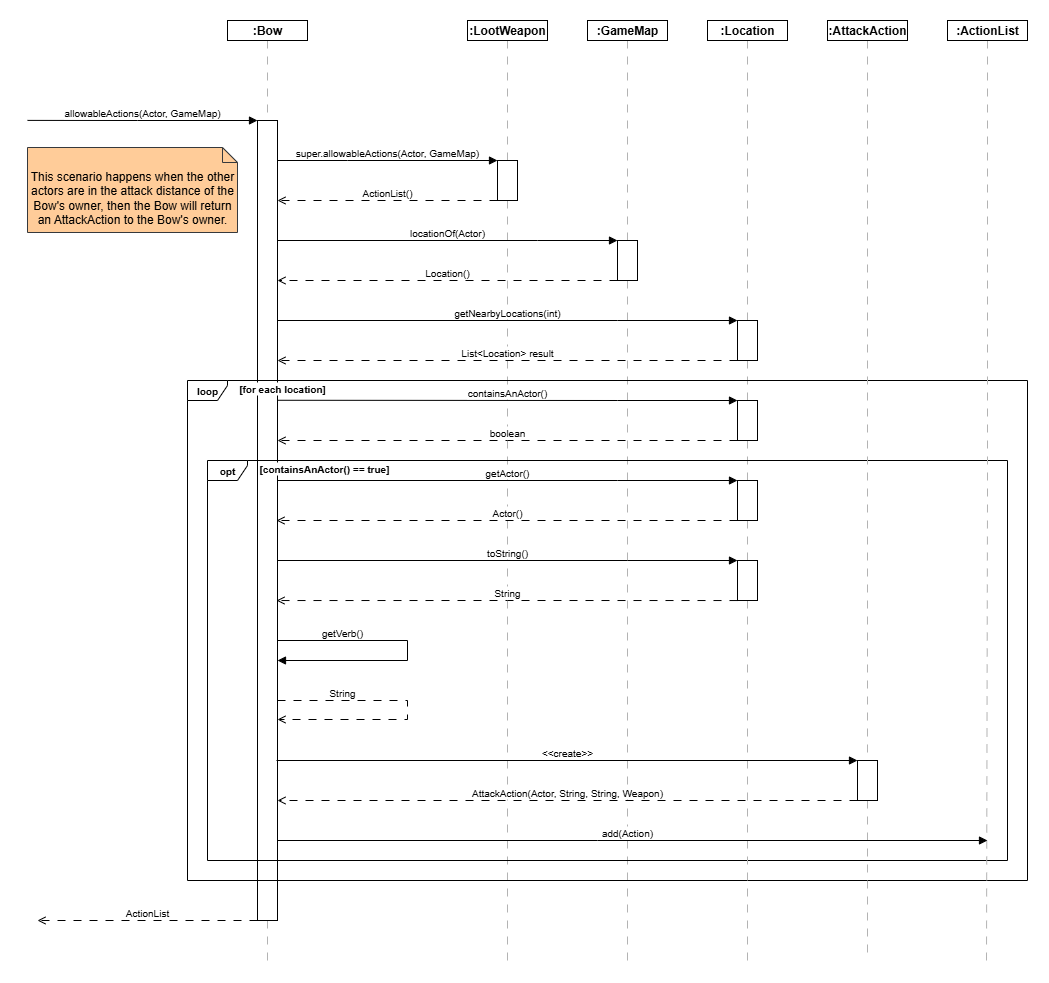
The draw.io diagram docs/sequencesDiagram/req3-sequenceDiagram.png in MinZY12138/finalA3, before a commit. Source tidied: cells renumbered, new cells last; positions are measured from the earlier drawing's top-left corner, leaving out a move shared by most shapes.
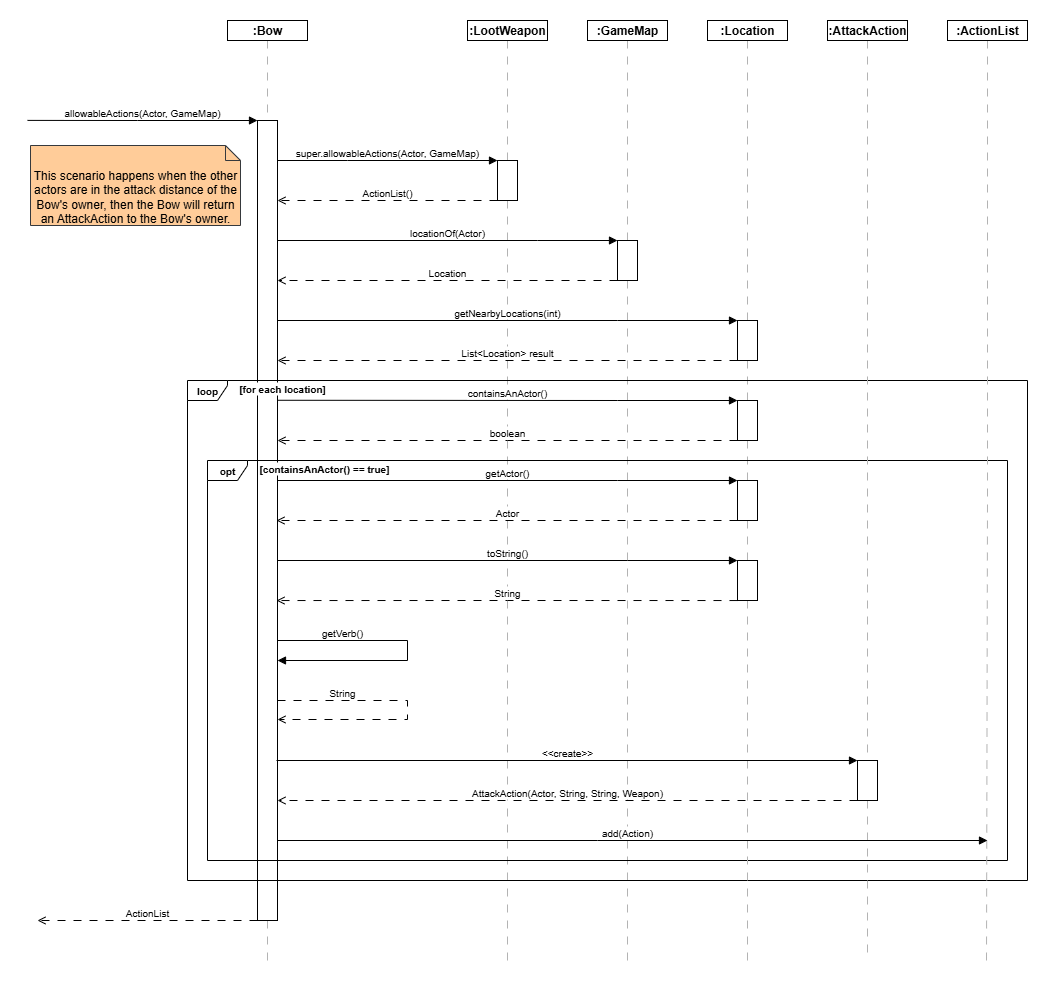
After the change.

Commit message:
Update UML and Sequence diagram - Update UML diagram for requirement 5 - Update sequence diagram for requirement 3 and 5

The edit, as a diff of the source:
```diff
@@ -100,7 +100,7 @@
         </Array>
       </mxGeometry>
     </mxCell>
-    <mxCell id="23" value="&lt;font style=&quot;font-size: 10px;&quot;&gt;Location()&lt;/font&gt;" style="text;html=1;align=center;verticalAlign=middle;whiteSpace=wrap;rounded=0;fontFamily=Helvetica;fontSize=11;fontColor=default;labelBackgroundColor=default;" parent="1" vertex="1">
+    <mxCell id="23" value="&lt;font style=&quot;font-size: 10px;&quot;&gt;Location&lt;/font&gt;" style="text;html=1;align=center;verticalAlign=middle;whiteSpace=wrap;rounded=0;fontFamily=Helvetica;fontSize=11;fontColor=default;labelBackgroundColor=default;" parent="1" vertex="1">
       <mxGeometry x="380" y="247" width="80" height="10" as="geometry" />
     </mxCell>
     <mxCell id="24" style="edgeStyle=orthogonalEdgeStyle;shape=connector;rounded=0;jettySize=auto;html=1;exitX=0.5;exitY=1;exitDx=0;exitDy=0;entryX=0.5;entryY=0;entryDx=0;entryDy=0;dashed=1;dashPattern=8 8;strokeColor=#B3B3B3;align=center;verticalAlign=middle;fontFamily=Helvetica;fontSize=11;fontColor=default;labelBackgroundColor=default;endArrow=none;endFill=0;" parent="1" edge="1" source="25" target="27">
@@ -204,7 +204,7 @@
         </Array>
       </mxGeometry>
     </mxCell>
-    <mxCell id="47" value="&lt;font style=&quot;font-size: 10px;&quot;&gt;Actor()&lt;/font&gt;" style="text;html=1;align=center;verticalAlign=middle;whiteSpace=wrap;rounded=0;fontFamily=Helvetica;fontSize=11;fontColor=default;labelBackgroundColor=default;" parent="1" vertex="1">
+    <mxCell id="47" value="&lt;font style=&quot;font-size: 10px;&quot;&gt;Actor&lt;/font&gt;" style="text;html=1;align=center;verticalAlign=middle;whiteSpace=wrap;rounded=0;fontFamily=Helvetica;fontSize=11;fontColor=default;labelBackgroundColor=default;" parent="1" vertex="1">
       <mxGeometry x="420" y="487" width="120" height="10" as="geometry" />
     </mxCell>
     <mxCell id="48" style="edgeStyle=orthogonalEdgeStyle;shape=connector;rounded=0;jettySize=auto;html=1;exitX=0.5;exitY=1;exitDx=0;exitDy=0;dashed=1;dashPattern=8 8;align=center;verticalAlign=middle;fontFamily=Helvetica;fontSize=11;fontColor=default;labelBackgroundColor=default;endArrow=none;endFill=0;strokeColor=#B3B3B3;" parent="1" edge="1" source="49">
@@ -335,7 +335,7 @@
       <mxGeometry x="40" y="887" width="160" height="10" as="geometry" />
     </mxCell>
     <mxCell id="72" value="This scenario happens when the other actors are in the attack distance of the Bow's owner, then the Bow will return an AttackAction to the Bow's owner." style="shape=note2;boundedLbl=1;whiteSpace=wrap;html=1;size=15;verticalAlign=top;align=center;fillColor=#ffcc99;strokeColor=#36393d;" parent="1" vertex="1">
-      <mxGeometry y="127" width="210" height="85" as="geometry" />
+      <mxGeometry x="3" y="125" width="210" height="80" as="geometry" />
     </mxCell>
   </root>
 </mxGraphModel>
```
